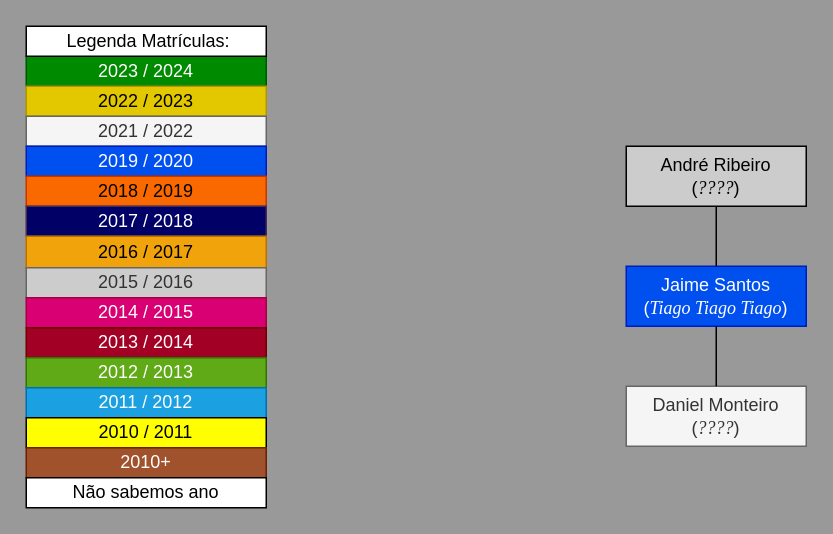
The draw.io diagram Draw.io/Familia_do_André_Ribeiro.drawio in pdmtmr/PDMTMRTESTLOCATION-AKA-ARBUSTO, before the edit. Source tidied: cells renumbered, new cells numbered last; positions are measured from the earlier drawing's top-left corner, leaving out a move shared by most shapes. Both pictures are drawn from the tidied source at 150%, with x=0, y=0 at pixel (26, 26).
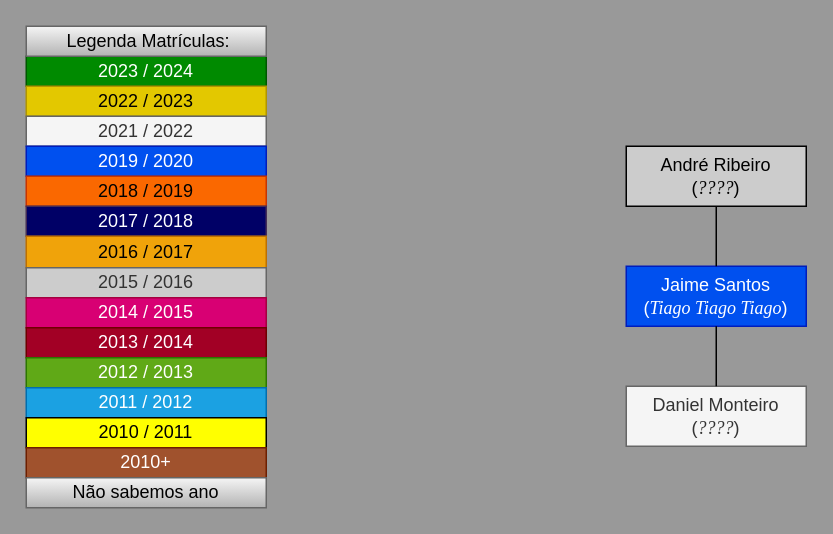
The same diagram, later.

What changed in the source:
```diff
@@
-    <mxCell id="7" value="&amp;nbsp;Legenda Matrículas:" style="rounded=0;whiteSpace=wrap;html=1;" parent="1" vertex="1">
+    <mxCell id="7" value="&amp;nbsp;Legenda Matrículas:" style="rounded=0;whiteSpace=wrap;html=1;fillColor=#f5f5f5;strokeColor=#666666;gradientColor=#b3b3b3;" parent="1" vertex="1">
       <mxGeometry width="160" height="20" as="geometry" />
     </mxCell>
@@
-    <mxCell id="17" value="Não sabemos ano" style="rounded=0;whiteSpace=wrap;html=1;" parent="1" vertex="1">
+    <mxCell id="17" value="Não sabemos ano" style="rounded=0;whiteSpace=wrap;html=1;fillColor=#f5f5f5;strokeColor=#666666;gradientColor=#b3b3b3;" parent="1" vertex="1">
       <mxGeometry y="301" width="160" height="20" as="geometry" />
     </mxCell>
```
